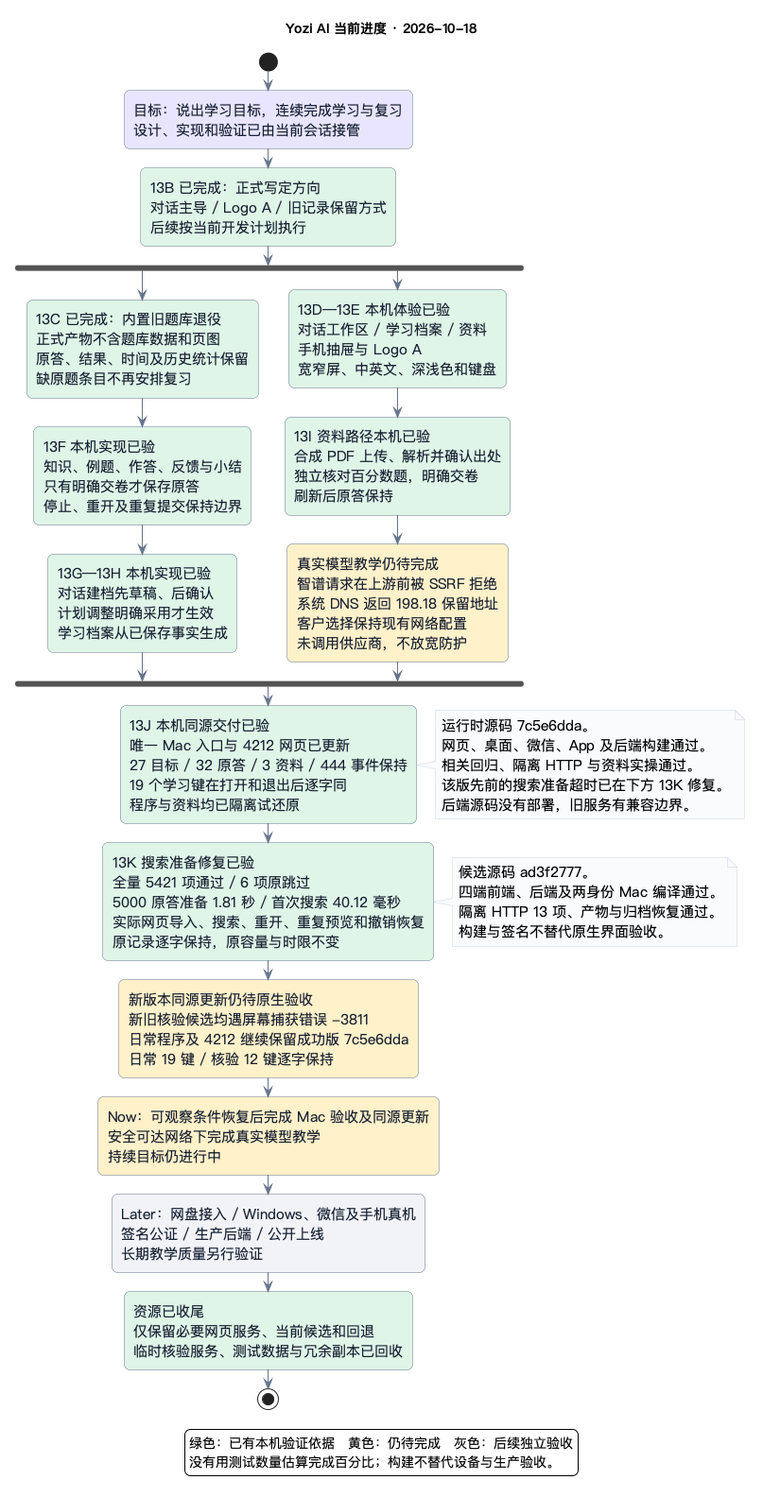
Above: docs/diagrams/13-progress.png in djblack1209-coder/EXAM-MASTER (PlantUML), before the change. Its source is kept beside it as docs/diagrams/13-progress.puml.
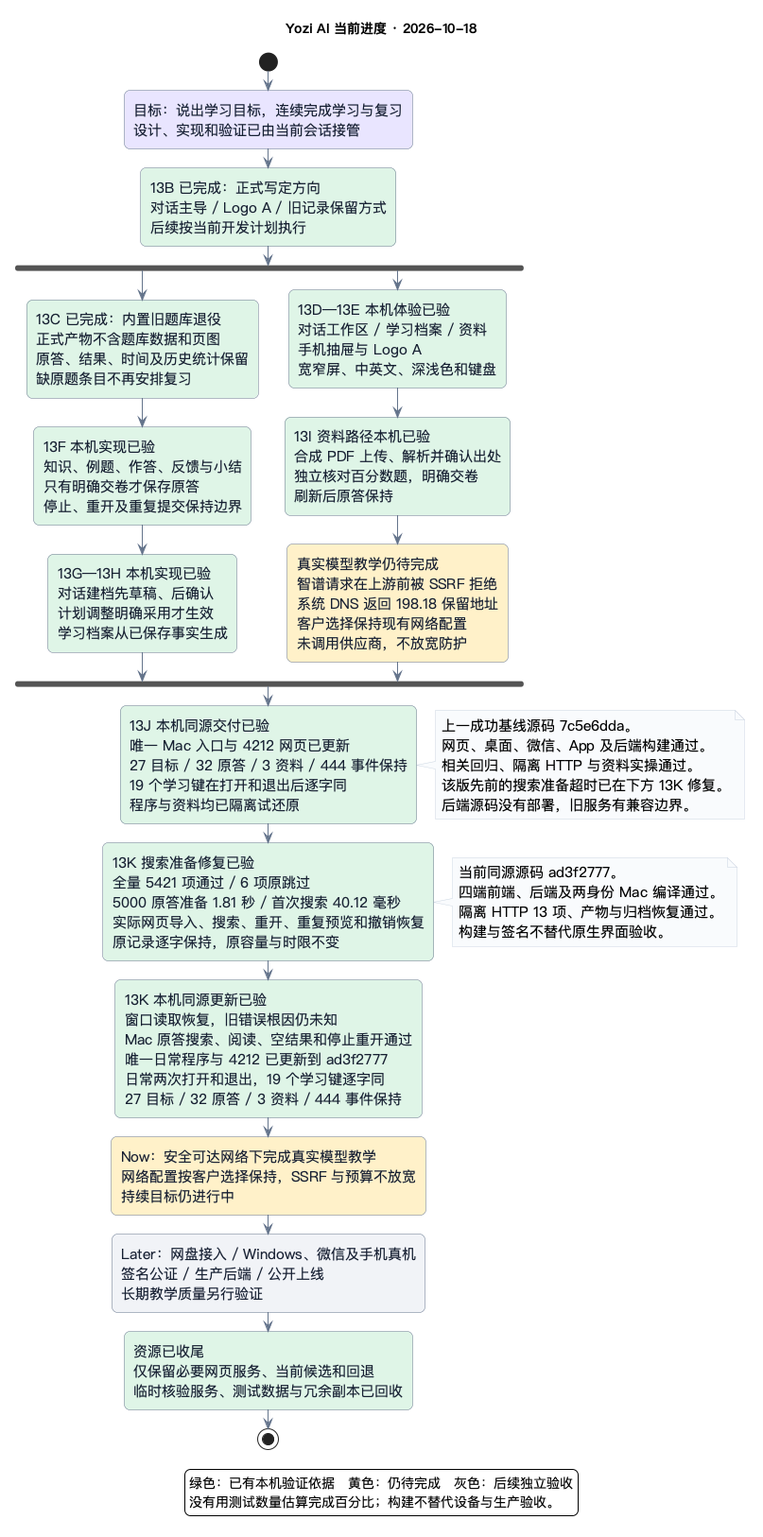
Later version of the same file.

What changed in the source:
```diff
@@ -52,7 +52,7 @@
 19 个学习键在打开和退出后逐字同
 程序与资料均已隔离试还原; <<#DFF5E6>>
 note right
-  运行时源码 7c5e6dda。
+  上一成功基线源码 7c5e6dda。
   网页、桌面、微信、App 及后端构建通过。
   相关回归、隔离 HTTP 与资料实操通过。
   该版先前的搜索准备超时已在下方 13K 修复。
@@ -64,17 +64,19 @@
 实际网页导入、搜索、重开、重复预览和撤销恢复
 原记录逐字保持，原容量与时限不变; <<#DFF5E6>>
 note right
-  候选源码 ad3f2777。
+  当前同源源码 ad3f2777。
   四端前端、后端及两身份 Mac 编译通过。
   隔离 HTTP 13 项、产物与归档恢复通过。
   构建与签名不替代原生界面验收。
 end note
-:新版本同源更新仍待原生验收
-新旧核验候选均遇屏幕捕获错误 -3811
-日常程序及 4212 继续保留成功版 7c5e6dda
-日常 19 键 / 核验 12 键逐字保持; <<#FFF1C9>>
-:Now：可观察条件恢复后完成 Mac 验收及同源更新
-安全可达网络下完成真实模型教学
+:13K 本机同源更新已验
+窗口读取恢复，旧错误根因仍未知
+Mac 原答搜索、阅读、空结果和停止重开通过
+唯一日常程序与 4212 已更新到 ad3f2777
+日常两次打开和退出，19 个学习键逐字同
+27 目标 / 32 原答 / 3 资料 / 444 事件保持; <<#DFF5E6>>
+:Now：安全可达网络下完成真实模型教学
+网络配置按客户选择保持，SSRF 与预算不放宽
 持续目标仍进行中; <<#FFF1C9>>
 :Later：网盘接入 / Windows、微信及手机真机
 签名公证 / 生产后端 / 公开上线
```
